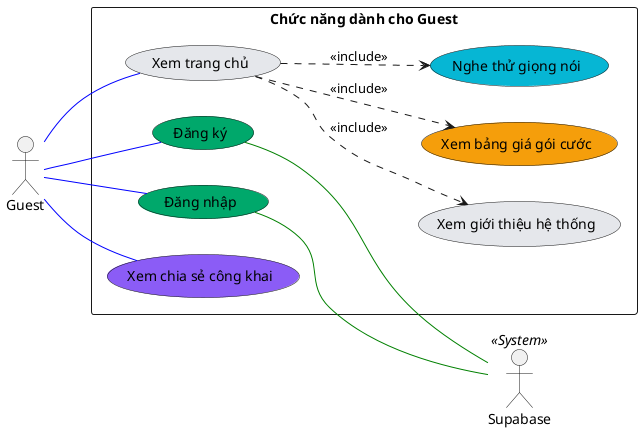
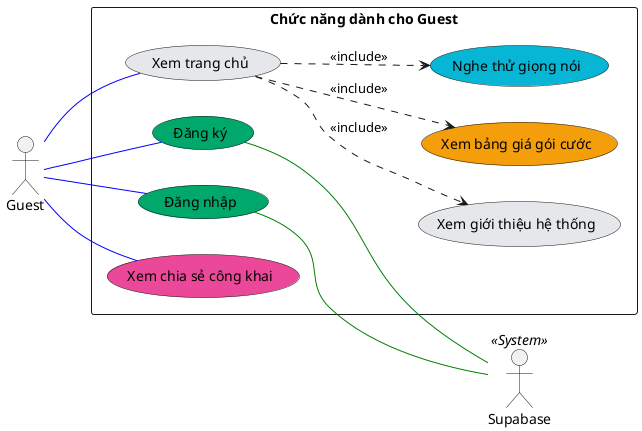
@startuml
left to right direction
skinparam packageStyle rectangle
skinparam shadowing false

actor "Guest" as Guest
actor "Supabase" as Supabase << System >>

rectangle "Chức năng dành cho Guest" {
  usecase "Xem trang chủ" as UC_Home #e5e7eb
  usecase "Xem giới thiệu hệ thống" as UC_Intro #e5e7eb
  usecase "Xem bảng giá gói cước" as UC_Pricing #f59e0b
  usecase "Nghe thử giọng nói" as UC_SampleVoice #06b6d4
  usecase "Đăng ký" as UC_Register #00a86b
  usecase "Đăng nhập" as UC_Login #00a86b
-   usecase "Xem chia sẻ công khai" as UC_PublicShare #8b5cf6
+   usecase "Xem chia sẻ công khai" as UC_PublicShare #ec4899

  UC_Home ..> UC_Intro : <<include>>
  UC_Home ..> UC_Pricing : <<include>>
  UC_Home ..> UC_SampleVoice : <<include>>
}

Guest -- UC_Home #blue
Guest -- UC_Register #blue
Guest -- UC_Login #blue
Guest -- UC_PublicShare #blue

UC_Register -- Supabase #green
UC_Login -- Supabase #green
@enduml
